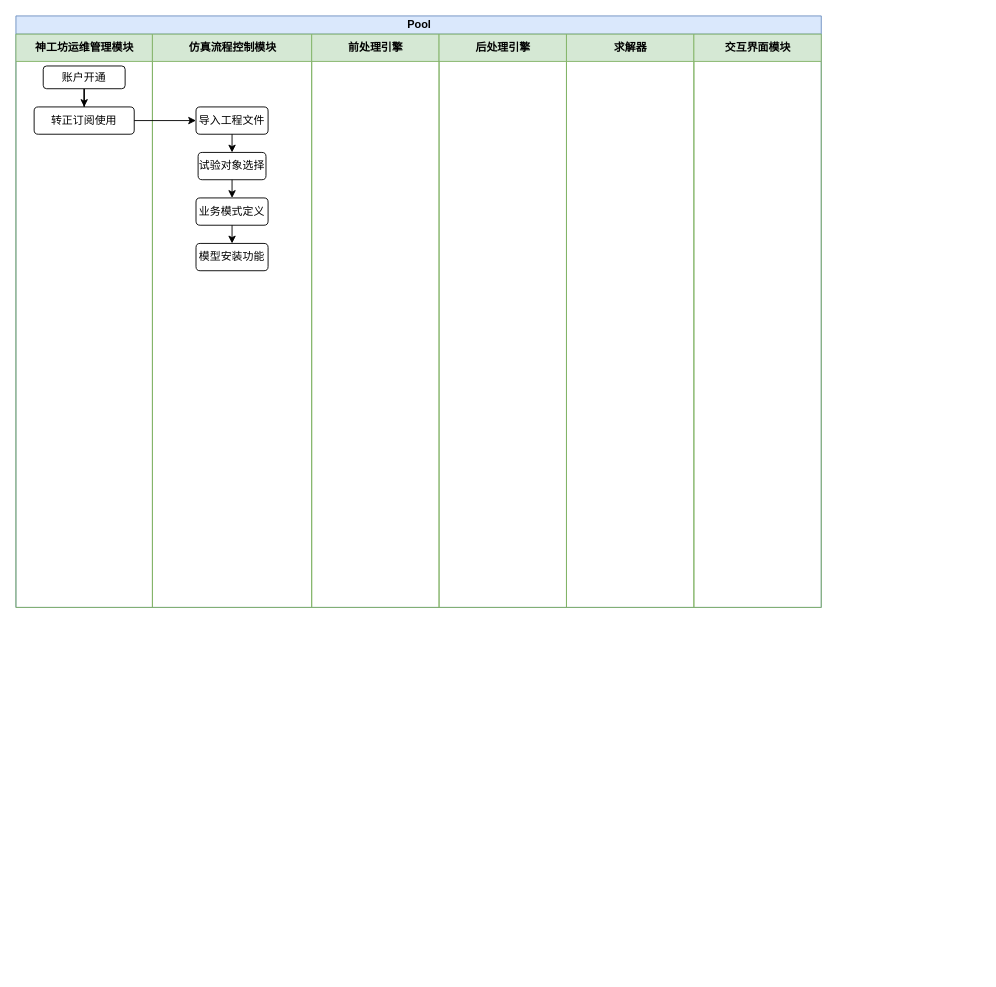
This is 泳道.drawio from tanjj1228/personal, a draw.io file, before an edit. Source tidied: cells renumbered, new cells numbered last; positions are measured from the earlier drawing's top-left corner, leaving out a move shared by most shapes. Both pictures are drawn from the tidied source at 91%, with x=0, y=0 at pixel (15, 15).
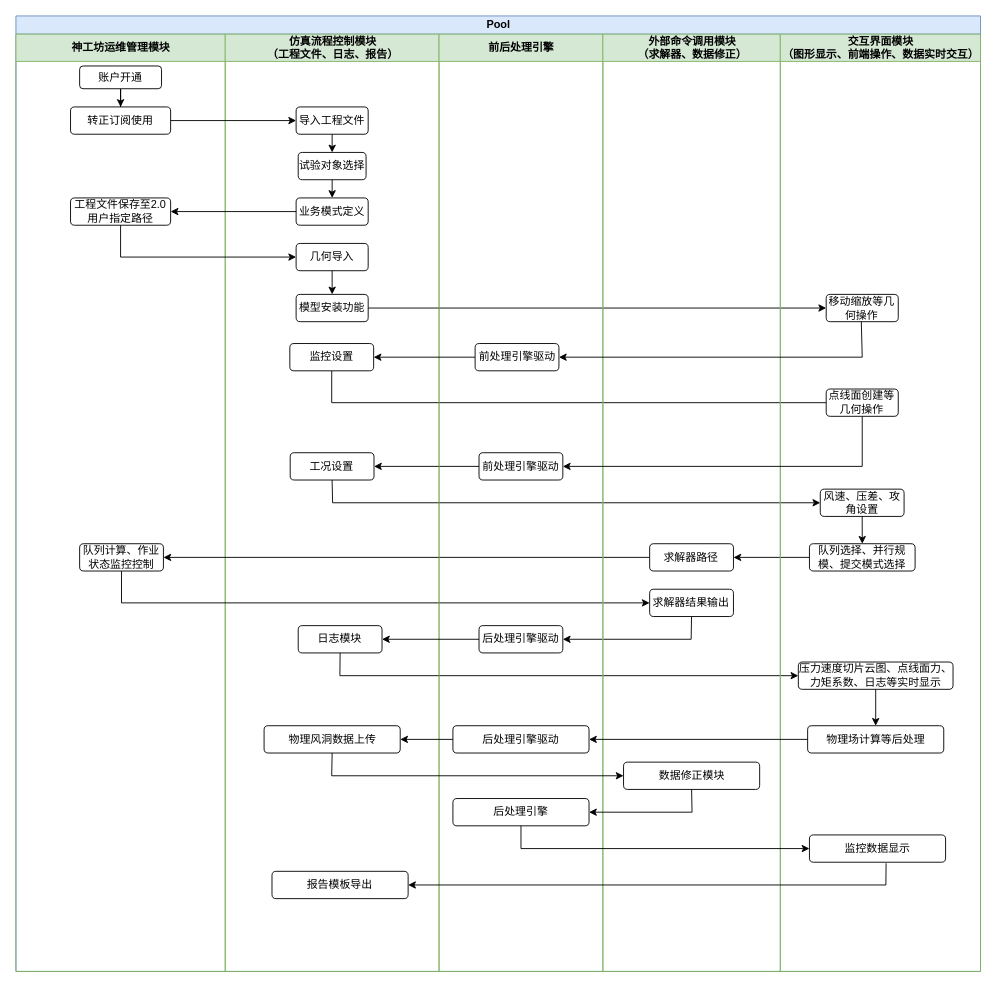
After the change.

Change to the diagram source:
```diff
@@
     <mxCell id="2" value="Pool" style="swimlane;startSize=20;html=1;fillColor=#dae8fc;strokeColor=#6c8ebf;" parent="1" vertex="1">
-      <mxGeometry width="885" height="650" as="geometry" />
+      <mxGeometry width="1060" height="1050" as="geometry" />
     </mxCell>
     <mxCell id="3" value="神工坊运维管理模块" style="swimlane;startSize=30;html=1;fillColor=#d5e8d4;strokeColor=#82b366;" parent="2" vertex="1">
-      <mxGeometry y="20" width="150" height="630" as="geometry" />
+      <mxGeometry y="20" width="230" height="1030" as="geometry" />
     </mxCell>
@@
     <mxCell id="5" value="账户开通" style="rounded=1;whiteSpace=wrap;html=1;" parent="3" vertex="1">
-      <mxGeometry x="30" y="35" width="90" height="25" as="geometry" />
+      <mxGeometry x="70" y="35" width="90" height="25" as="geometry" />
     </mxCell>
     <mxCell id="6" value="转正订阅使用" style="whiteSpace=wrap;html=1;rounded=1;" parent="3" vertex="1">
-      <mxGeometry x="20" y="80" width="110" height="30" as="geometry" />
+      <mxGeometry x="60" y="80" width="110" height="30" as="geometry" />
     </mxCell>
+    <mxCell id="20" value="工程文件保存至2.0用户指定路径" style="whiteSpace=wrap;html=1;rounded=1;" parent="3" vertex="1">
+      <mxGeometry x="60" y="180" width="110" height="30" as="geometry" />
+    </mxCell>
+    <mxCell id="21" value="队列计算、作业状态监控控制" style="whiteSpace=wrap;html=1;rounded=1;" parent="3" vertex="1">
+      <mxGeometry x="70" y="560" width="92.1" height="30" as="geometry" />
+    </mxCell>
-    <mxCell id="7" value="仿真流程控制模块" style="swimlane;startSize=30;html=1;fillColor=#d5e8d4;strokeColor=#82b366;" parent="2" vertex="1">
-      <mxGeometry x="150" y="20" width="175" height="630" as="geometry" />
+    <mxCell id="7" value="仿真流程控制模块&lt;br&gt;（工程文件、日志、报告）" style="swimlane;startSize=30;html=1;fillColor=#d5e8d4;strokeColor=#82b366;" parent="2" vertex="1">
+      <mxGeometry x="230" y="20" width="235" height="1030" as="geometry" />
     </mxCell>
     <mxCell id="8" value="导入工程文件" style="whiteSpace=wrap;html=1;rounded=1;" parent="7" vertex="1">
-      <mxGeometry x="47.9" y="80" width="79.2" height="30" as="geometry" />
+      <mxGeometry x="77.9" y="80" width="79.2" height="30" as="geometry" />
     </mxCell>
     <mxCell id="9" value="试验对象选择" style="whiteSpace=wrap;html=1;rounded=1;" parent="7" vertex="1">
-      <mxGeometry x="50.2" y="130" width="74.6" height="30" as="geometry" />
+      <mxGeometry x="80.2" y="130" width="74.6" height="30" as="geometry" />
     </mxCell>
     <mxCell id="10" value="业务模式定义" style="whiteSpace=wrap;html=1;rounded=1;" parent="7" vertex="1">
-      <mxGeometry x="47.9" y="180" width="79.2" height="30" as="geometry" />
+      <mxGeometry x="77.9" y="180" width="79.2" height="30" as="geometry" />
     </mxCell>
@@
     <mxCell id="12" value="模型安装功能" style="whiteSpace=wrap;html=1;rounded=1;" parent="7" vertex="1">
-      <mxGeometry x="47.9" y="230" width="79.2" height="30" as="geometry" />
+      <mxGeometry x="77.9" y="286" width="79.2" height="30" as="geometry" />
     </mxCell>
-    <mxCell id="13" style="endArrow=classic;html=1;rounded=0;entryX=0.5;entryY=0;entryDx=0;entryDy=0;exitX=0.5;exitY=1;exitDx=0;exitDy=0;" parent="7" edge="1" source="10" target="12">
-      <mxGeometry relative="1" as="geometry" />
-    </mxCell>
@@
+    <mxCell id="22" value="几何导入" style="whiteSpace=wrap;html=1;rounded=1;" parent="7" vertex="1">
+      <mxGeometry x="77.9" y="230" width="79.2" height="30" as="geometry" />
+    </mxCell>
+    <mxCell id="23" style="endArrow=classic;html=1;rounded=0;exitX=0.5;exitY=1;exitDx=0;exitDy=0;entryX=0.5;entryY=0;entryDx=0;entryDy=0;" parent="7" edge="1" source="22" target="12">
+      <mxGeometry relative="1" as="geometry" />
+    </mxCell>
+    <mxCell id="24" value="工况设置" style="whiteSpace=wrap;html=1;rounded=1;" parent="7" vertex="1">
+      <mxGeometry x="71.4" y="460" width="92.1" height="30" as="geometry" />
+    </mxCell>
+    <mxCell id="25" value="日志模块" style="whiteSpace=wrap;html=1;rounded=1;" parent="7" vertex="1">
+      <mxGeometry x="80.2" y="650" width="92.1" height="30" as="geometry" />
+    </mxCell>
+    <mxCell id="26" value="物理风洞数据上传" style="whiteSpace=wrap;html=1;rounded=1;" parent="7" vertex="1">
+      <mxGeometry x="42.7" y="760" width="149.6" height="30" as="geometry" />
+    </mxCell>
+    <mxCell id="27" value="报告模板导出" style="whiteSpace=wrap;html=1;rounded=1;" parent="7" vertex="1">
+      <mxGeometry x="51.4" y="920" width="149.6" height="30" as="geometry" />
+    </mxCell>
+    <mxCell id="19" style="edgeStyle=orthogonalEdgeStyle;rounded=0;jettySize=auto;html=1;" parent="2" edge="1" source="6" target="8">
+      <mxGeometry relative="1" as="geometry" />
+    </mxCell>
+    <mxCell id="28" style="endArrow=classic;html=1;rounded=0;exitX=1;exitY=0.5;exitDx=0;exitDy=0;entryX=0;entryY=0.5;entryDx=0;entryDy=0;" parent="2" edge="1" source="12" target="47">
+      <mxGeometry relative="1" as="geometry" />
+    </mxCell>
+    <mxCell id="29" style="endArrow=classic;html=1;rounded=0;exitX=0;exitY=0.5;exitDx=0;exitDy=0;entryX=1;entryY=0.5;entryDx=0;entryDy=0;" parent="2" edge="1" source="10" target="20">
+      <mxGeometry relative="1" as="geometry" />
+    </mxCell>
+    <mxCell id="30" style="endArrow=classic;html=1;rounded=0;exitX=0.5;exitY=1;exitDx=0;exitDy=0;entryX=0;entryY=0.5;entryDx=0;entryDy=0;" parent="2" edge="1" source="20" target="22">
+      <mxGeometry relative="1" as="geometry">
+        <Array as="points">
+          <mxPoint x="115" y="265" />
+        </Array>
+      </mxGeometry>
+    </mxCell>
+    <mxCell id="31" style="endArrow=none;html=1;rounded=0;exitX=0.5;exitY=1;exitDx=0;exitDy=0;entryX=0;entryY=0.5;entryDx=0;entryDy=0;" parent="2" edge="1" source="39" target="51">
+      <mxGeometry relative="1" as="geometry">
+        <Array as="points">
+          <mxPoint x="347" y="425" />
+        </Array>
+      </mxGeometry>
+    </mxCell>
+    <mxCell id="32" style="endArrow=classic;html=1;rounded=0;exitX=0;exitY=0.5;exitDx=0;exitDy=0;entryX=1;entryY=0.5;entryDx=0;entryDy=0;" parent="2" edge="1" source="49" target="24">
+      <mxGeometry relative="1" as="geometry" />
+    </mxCell>
+    <mxCell id="33" style="endArrow=classic;html=1;rounded=0;exitX=0.5;exitY=1;exitDx=0;exitDy=0;entryX=0;entryY=0.5;entryDx=0;entryDy=0;" parent="2" edge="1" source="24" target="52">
+      <mxGeometry relative="1" as="geometry">
+        <Array as="points">
+          <mxPoint x="348" y="535" />
+        </Array>
+      </mxGeometry>
+    </mxCell>
+    <mxCell id="34" style="endArrow=classic;html=1;rounded=0;exitX=0;exitY=0.5;exitDx=0;exitDy=0;entryX=1;entryY=0.5;entryDx=0;entryDy=0;" parent="2" edge="1" source="53" target="44">
+      <mxGeometry relative="1" as="geometry" />
+    </mxCell>
+    <mxCell id="35" style="endArrow=classic;html=1;rounded=0;exitX=0;exitY=0.5;exitDx=0;exitDy=0;entryX=1;entryY=0.5;entryDx=0;entryDy=0;" parent="2" edge="1" source="44" target="21">
+      <mxGeometry relative="1" as="geometry" />
+    </mxCell>
+    <mxCell id="36" style="endArrow=classic;html=1;rounded=0;exitX=0.5;exitY=1;exitDx=0;exitDy=0;entryX=0;entryY=0.5;entryDx=0;entryDy=0;" parent="2" edge="1" source="21" target="45">
+      <mxGeometry relative="1" as="geometry">
+        <Array as="points">
+          <mxPoint x="116" y="645" />
+        </Array>
+      </mxGeometry>
+    </mxCell>
+    <mxCell id="37" style="endArrow=classic;html=1;rounded=0;exitX=0.5;exitY=1;exitDx=0;exitDy=0;entryX=1;entryY=0.5;entryDx=0;entryDy=0;" parent="2" edge="1" source="45" target="42">
+      <mxGeometry relative="1" as="geometry">
+        <Array as="points">
+          <mxPoint x="742" y="685" />
+        </Array>
+      </mxGeometry>
+    </mxCell>
+    <mxCell id="38" style="endArrow=classic;html=1;rounded=0;exitX=0.5;exitY=1;exitDx=0;exitDy=0;entryX=0;entryY=0.5;entryDx=0;entryDy=0;" parent="2" edge="1" source="25" target="55">
+      <mxGeometry relative="1" as="geometry">
+        <Array as="points">
+          <mxPoint x="356" y="725" />
+        </Array>
+      </mxGeometry>
+    </mxCell>
-    <mxCell id="15" value="前处理引擎" style="swimlane;startSize=30;html=1;fillColor=#d5e8d4;strokeColor=#82b366;" parent="2" vertex="1">
-      <mxGeometry x="325" y="20" width="140" height="630" as="geometry" />
+    <mxCell id="15" value="前后处理引擎" style="swimlane;startSize=30;html=1;fillColor=#d5e8d4;strokeColor=#82b366;" parent="2" vertex="1">
+      <mxGeometry x="465" y="20" width="180" height="1030" as="geometry" />
     </mxCell>
+    <mxCell id="39" value="监控设置" style="whiteSpace=wrap;html=1;rounded=1;" parent="15" vertex="1">
+      <mxGeometry x="-164" y="340" width="92.1" height="30" as="geometry" />
+    </mxCell>
+    <mxCell id="40" style="endArrow=classic;html=1;rounded=0;exitX=0;exitY=0.5;exitDx=0;exitDy=0;entryX=1;entryY=0.5;entryDx=0;entryDy=0;" parent="15" edge="1" source="41" target="39">
+      <mxGeometry relative="1" as="geometry" />
+    </mxCell>
+    <mxCell id="41" value="前处理引擎驱动" style="whiteSpace=wrap;html=1;rounded=1;" parent="15" vertex="1">
+      <mxGeometry x="39.6" y="340" width="92.1" height="30" as="geometry" />
+    </mxCell>
+    <mxCell id="42" value="后处理引擎驱动" style="whiteSpace=wrap;html=1;rounded=1;" parent="15" vertex="1">
+      <mxGeometry x="43.9" y="650" width="92.1" height="30" as="geometry" />
+    </mxCell>
+    <mxCell id="43" value="后处理引擎驱动" style="whiteSpace=wrap;html=1;rounded=1;" parent="15" vertex="1">
+      <mxGeometry x="15.2" y="760" width="149.6" height="30" as="geometry" />
+    </mxCell>
-    <mxCell id="16" value="后处理引擎" style="swimlane;startSize=30;html=1;fillColor=#d5e8d4;strokeColor=#82b366;" parent="2" vertex="1">
-      <mxGeometry x="465" y="20" width="140" height="630" as="geometry" />
+    <mxCell id="16" value="后处理引擎" style="whiteSpace=wrap;html=1;rounded=1;" parent="15" vertex="1">
+      <mxGeometry x="15.2" y="840" width="149.6" height="30" as="geometry" />
     </mxCell>
-    <mxCell id="17" value="求解器" style="swimlane;startSize=30;html=1;fillColor=#d5e8d4;strokeColor=#82b366;" parent="2" vertex="1">
-      <mxGeometry x="605" y="20" width="140" height="630" as="geometry" />
+    <mxCell id="17" value="外部命令调用模块&lt;br&gt;（求解器、数据修正）" style="swimlane;startSize=30;html=1;fillColor=#d5e8d4;strokeColor=#82b366;" parent="2" vertex="1">
+      <mxGeometry x="645" y="20" width="195" height="1030" as="geometry" />
     </mxCell>
+    <mxCell id="44" value="求解器路径" style="whiteSpace=wrap;html=1;rounded=1;" parent="17" vertex="1">
+      <mxGeometry x="51.4" y="560" width="92.1" height="30" as="geometry" />
+    </mxCell>
+    <mxCell id="45" value="求解器结果输出" style="whiteSpace=wrap;html=1;rounded=1;" parent="17" vertex="1">
+      <mxGeometry x="51.4" y="610" width="92.1" height="30" as="geometry" />
+    </mxCell>
+    <mxCell id="46" value="数据修正模块" style="whiteSpace=wrap;html=1;rounded=1;" parent="17" vertex="1">
+      <mxGeometry x="22.7" y="800" width="149.6" height="30" as="geometry" />
+    </mxCell>
-    <mxCell id="18" value="交互界面模块" style="swimlane;startSize=30;html=1;fillColor=#d5e8d4;strokeColor=#82b366;" parent="2" vertex="1">
-      <mxGeometry x="745" y="20" width="140" height="630" as="geometry" />
+    <mxCell id="18" value="交互界面模块&lt;br&gt;（图形显示、前端操作、数据实时交互）" style="swimlane;startSize=30;html=1;fillColor=#d5e8d4;strokeColor=#82b366;" parent="2" vertex="1">
+      <mxGeometry x="840" y="20" width="220" height="1030" as="geometry" />
     </mxCell>
-    <mxCell id="19" style="edgeStyle=orthogonalEdgeStyle;rounded=0;jettySize=auto;html=1;" parent="2" edge="1" source="6" target="8">
-      <mxGeometry relative="1" as="geometry" />
-    </mxCell>
+    <mxCell id="47" value="移动缩放等几何操作" style="whiteSpace=wrap;html=1;rounded=1;" parent="18" vertex="1">
+      <mxGeometry x="50.4" y="286" width="79.2" height="30" as="geometry" />
+    </mxCell>
+    <mxCell id="48" style="endArrow=classic;html=1;rounded=0;exitX=0.5;exitY=1;exitDx=0;exitDy=0;entryX=1;entryY=0.5;entryDx=0;entryDy=0;" parent="18" edge="1" target="41">
+      <mxGeometry relative="1" as="geometry">
+        <mxPoint x="89" y="316" as="sourcePoint" />
+        <Array as="points">
+          <mxPoint x="90" y="355" />
+        </Array>
+      </mxGeometry>
+    </mxCell>
+    <mxCell id="49" value="前处理引擎驱动" style="whiteSpace=wrap;html=1;rounded=1;" parent="18" vertex="1">
+      <mxGeometry x="-331.1" y="460" width="92.1" height="30" as="geometry" />
+    </mxCell>
+    <mxCell id="50" style="endArrow=classic;html=1;rounded=0;exitX=0.5;exitY=1;exitDx=0;exitDy=0;entryX=1;entryY=0.5;entryDx=0;entryDy=0;" parent="18" edge="1" source="51" target="49">
+      <mxGeometry relative="1" as="geometry">
+        <Array as="points">
+          <mxPoint x="90" y="475" />
+        </Array>
+      </mxGeometry>
+    </mxCell>
+    <mxCell id="51" value="点线面创建等几何操作" style="whiteSpace=wrap;html=1;rounded=1;" parent="18" vertex="1">
+      <mxGeometry x="50.4" y="390" width="79.2" height="30" as="geometry" />
+    </mxCell>
+    <mxCell id="52" value="风速、压差、攻角设置" style="whiteSpace=wrap;html=1;rounded=1;" parent="18" vertex="1">
+      <mxGeometry x="43.9" y="500" width="92.1" height="30" as="geometry" />
+    </mxCell>
+    <mxCell id="53" value="队列选择、并行规模、提交模式选择" style="whiteSpace=wrap;html=1;rounded=1;" parent="18" vertex="1">
+      <mxGeometry x="32" y="560" width="116.1" height="30" as="geometry" />
+    </mxCell>
+    <mxCell id="54" style="endArrow=classic;html=1;rounded=0;exitX=0.5;exitY=1;exitDx=0;exitDy=0;entryX=0.5;entryY=0;entryDx=0;entryDy=0;" parent="18" edge="1" source="52" target="53">
+      <mxGeometry relative="1" as="geometry" />
+    </mxCell>
+    <mxCell id="55" value="压力速度切片云图、点线面力、力矩系数、日志等实时显示" style="whiteSpace=wrap;html=1;rounded=1;" parent="18" vertex="1">
+      <mxGeometry x="19.8" y="690" width="170" height="30" as="geometry" />
+    </mxCell>
+    <mxCell id="56" value="物理场计算等后处理" style="whiteSpace=wrap;html=1;rounded=1;" parent="18" vertex="1">
+      <mxGeometry x="30" y="760" width="149.6" height="30" as="geometry" />
+    </mxCell>
+    <mxCell id="57" style="endArrow=classic;html=1;rounded=0;exitX=0.5;exitY=1;exitDx=0;exitDy=0;entryX=0.5;entryY=0;entryDx=0;entryDy=0;" parent="18" edge="1" source="55" target="56">
+      <mxGeometry relative="1" as="geometry" />
+    </mxCell>
+    <mxCell id="58" value="监控数据显示" style="whiteSpace=wrap;html=1;rounded=1;" parent="18" vertex="1">
+      <mxGeometry x="32" y="880" width="149.6" height="30" as="geometry" />
+    </mxCell>
+    <mxCell id="59" style="endArrow=classic;html=1;rounded=0;exitX=0;exitY=0.5;exitDx=0;exitDy=0;entryX=1;entryY=0.5;entryDx=0;entryDy=0;" parent="2" edge="1" source="42" target="25">
+      <mxGeometry relative="1" as="geometry" />
+    </mxCell>
+    <mxCell id="60" style="endArrow=classic;html=1;rounded=0;exitX=0;exitY=0.5;exitDx=0;exitDy=0;entryX=1;entryY=0.5;entryDx=0;entryDy=0;" parent="2" edge="1" source="43" target="26">
+      <mxGeometry relative="1" as="geometry" />
+    </mxCell>
+    <mxCell id="61" style="endArrow=classic;html=1;rounded=0;exitX=0;exitY=0.5;exitDx=0;exitDy=0;entryX=1;entryY=0.5;entryDx=0;entryDy=0;" parent="2" edge="1" source="56" target="43">
+      <mxGeometry relative="1" as="geometry" />
+    </mxCell>
+    <mxCell id="62" style="endArrow=classic;html=1;rounded=0;exitX=0.5;exitY=1;exitDx=0;exitDy=0;entryX=0;entryY=0.5;entryDx=0;entryDy=0;" parent="2" edge="1" source="26" target="46">
+      <mxGeometry relative="1" as="geometry">
+        <Array as="points">
+          <mxPoint x="347" y="835" />
+        </Array>
+      </mxGeometry>
+    </mxCell>
+    <mxCell id="63" style="endArrow=classic;html=1;rounded=0;exitX=0.5;exitY=1;exitDx=0;exitDy=0;entryX=1;entryY=0.5;entryDx=0;entryDy=0;" parent="2" edge="1" source="46" target="16">
+      <mxGeometry relative="1" as="geometry">
+        <Array as="points">
+          <mxPoint x="743" y="875" />
+        </Array>
+      </mxGeometry>
+    </mxCell>
+    <mxCell id="64" style="endArrow=classic;html=1;rounded=0;exitX=0.5;exitY=1;exitDx=0;exitDy=0;entryX=0;entryY=0.5;entryDx=0;entryDy=0;" parent="2" edge="1" source="16" target="58">
+      <mxGeometry relative="1" as="geometry">
+        <Array as="points">
+          <mxPoint x="555" y="915" />
+        </Array>
+      </mxGeometry>
+    </mxCell>
+    <mxCell id="65" style="endArrow=classic;html=1;rounded=0;exitX=0.563;exitY=1.039;exitDx=0;exitDy=0;exitPerimeter=0;entryX=1;entryY=0.5;entryDx=0;entryDy=0;" parent="2" edge="1" source="58" target="27">
+      <mxGeometry relative="1" as="geometry">
+        <Array as="points">
+          <mxPoint x="956" y="955" />
+        </Array>
+      </mxGeometry>
+    </mxCell>
```
